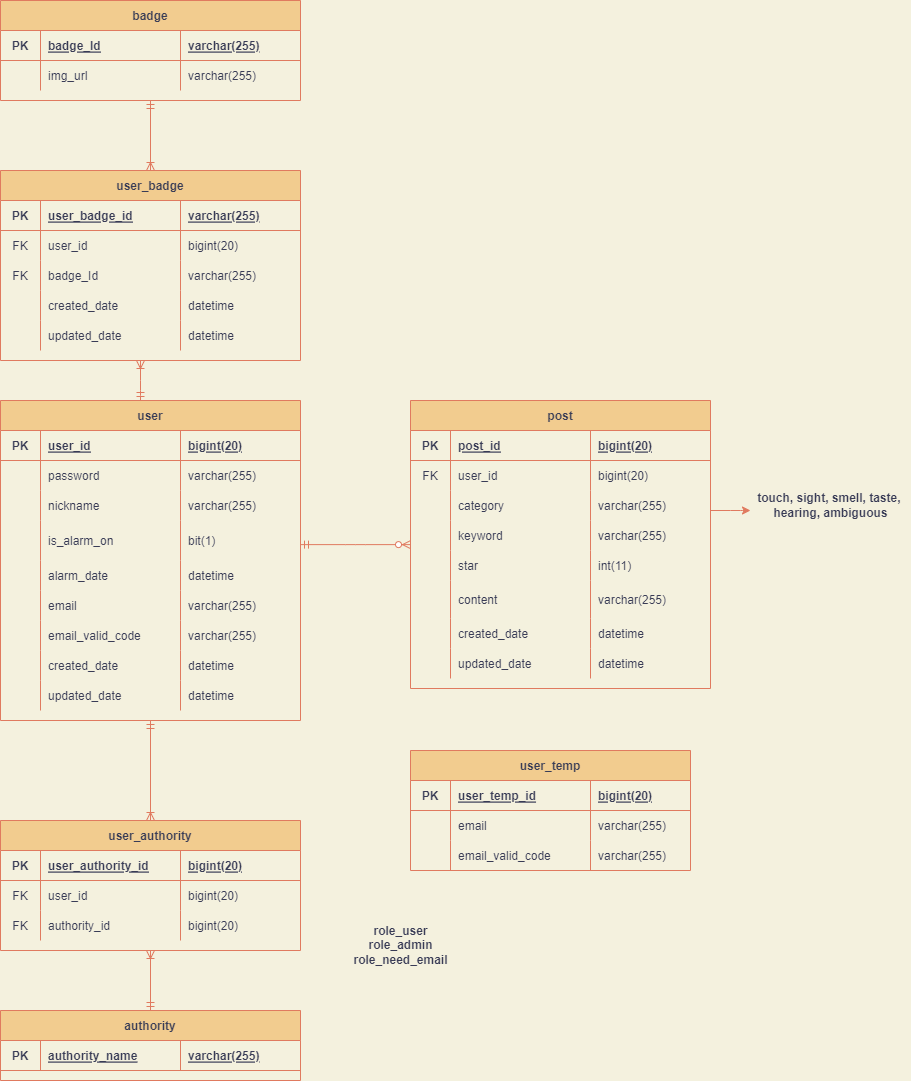
The draw.io diagram five_senses_erd.drawio.png in FiveSensesApp/five-senses-common, before a commit. Source tidied: cells renumbered, new cells last; positions are measured from the earlier drawing's top-left corner, leaving out a move shared by most shapes.
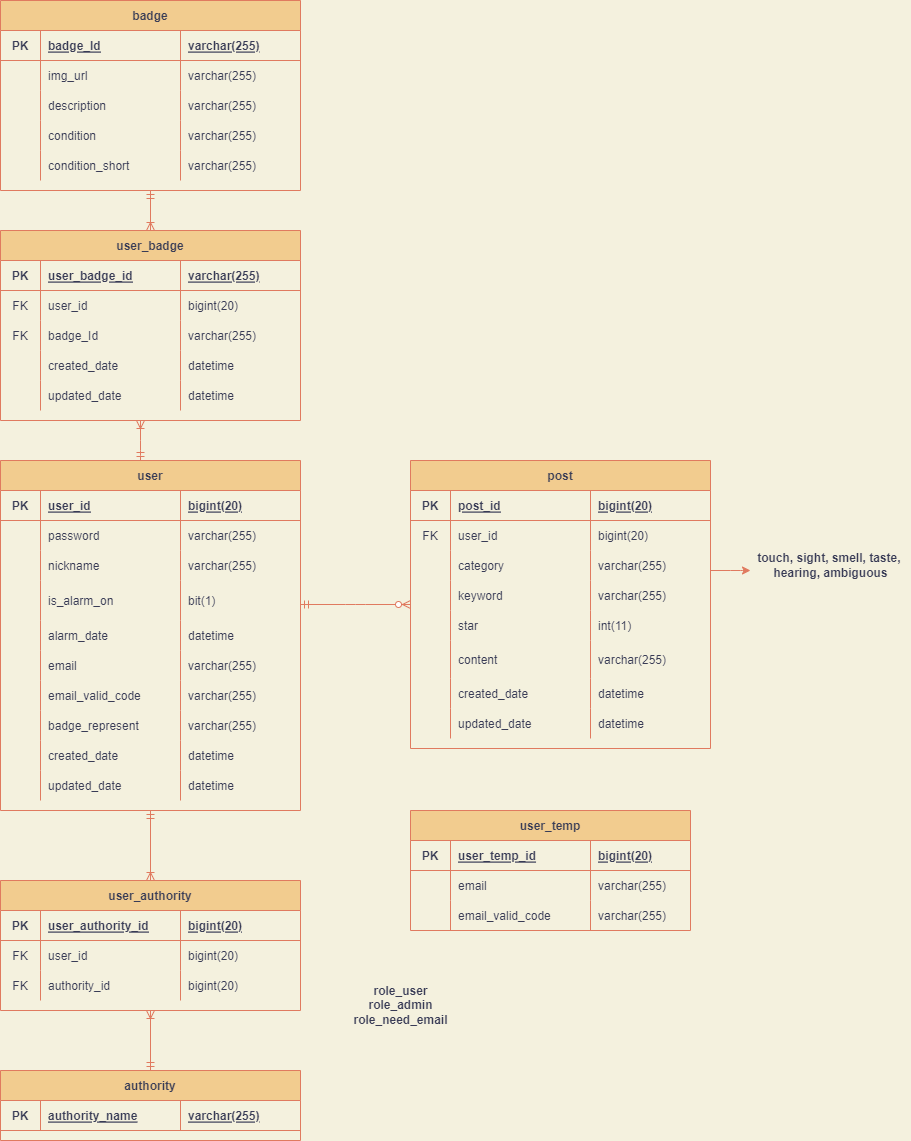
Above is the later version.

What changed in the source:
```diff
@@ -3,7 +3,7 @@
     <mxCell id="0" />
     <mxCell id="1" parent="0" />
     <mxCell id="2" value="user" style="shape=table;startSize=30;rowLines=0;fontStyle=1;align=center;rounded=0;sketch=0;fontColor=#393C56;strokeColor=#E07A5F;fillColor=#F2CC8F;" parent="1" vertex="1">
-      <mxGeometry y="400" width="300" height="320" as="geometry" />
+      <mxGeometry y="400" width="300" height="350" as="geometry" />
     </mxCell>
     <mxCell id="3" style="shape=tableRow;horizontal=0;startSize=0;swimlaneHead=0;swimlaneBody=0;fillColor=none;top=0;left=0;right=0;bottom=1;rounded=0;sketch=0;fontColor=#393C56;strokeColor=#E07A5F;" parent="2" vertex="1">
       <mxGeometry y="30" width="300" height="30" as="geometry" />
@@ -89,8 +89,20 @@
     <mxCell id="30" value="varchar(255)" style="shape=partialRectangle;fillColor=none;top=0;left=0;bottom=0;right=0;align=left;spacingLeft=6;overflow=hidden;rounded=0;sketch=0;fontColor=#393C56;strokeColor=#E07A5F;" parent="27" vertex="1">
       <mxGeometry x="180" width="120" height="30" as="geometry" />
     </mxCell>
+    <mxCell id="141" style="shape=tableRow;horizontal=0;startSize=0;swimlaneHead=0;swimlaneBody=0;fillColor=none;top=0;left=0;right=0;bottom=0;rounded=0;sketch=0;fontColor=#393C56;strokeColor=#E07A5F;" parent="2" vertex="1">
+      <mxGeometry y="250" width="300" height="30" as="geometry" />
+    </mxCell>
+    <mxCell id="142" style="shape=partialRectangle;fillColor=none;top=0;left=0;bottom=0;right=0;overflow=hidden;rounded=0;sketch=0;fontColor=#393C56;strokeColor=#E07A5F;" parent="141" vertex="1">
+      <mxGeometry width="40" height="30" as="geometry" />
+    </mxCell>
+    <mxCell id="143" value="badge_represent" style="shape=partialRectangle;fillColor=none;top=0;left=0;bottom=0;right=0;align=left;spacingLeft=6;overflow=hidden;rounded=0;sketch=0;fontColor=#393C56;strokeColor=#E07A5F;" parent="141" vertex="1">
+      <mxGeometry x="40" width="140" height="30" as="geometry" />
+    </mxCell>
+    <mxCell id="144" value="varchar(255)" style="shape=partialRectangle;fillColor=none;top=0;left=0;bottom=0;right=0;align=left;spacingLeft=6;overflow=hidden;rounded=0;sketch=0;fontColor=#393C56;strokeColor=#E07A5F;" parent="141" vertex="1">
+      <mxGeometry x="180" width="120" height="30" as="geometry" />
+    </mxCell>
     <mxCell id="31" style="shape=tableRow;horizontal=0;startSize=0;swimlaneHead=0;swimlaneBody=0;fillColor=none;top=0;left=0;right=0;bottom=0;rounded=0;sketch=0;fontColor=#393C56;strokeColor=#E07A5F;" parent="2" vertex="1">
-      <mxGeometry y="250" width="300" height="30" as="geometry" />
+      <mxGeometry y="280" width="300" height="30" as="geometry" />
     </mxCell>
     <mxCell id="32" style="shape=partialRectangle;fillColor=none;top=0;left=0;bottom=0;right=0;overflow=hidden;rounded=0;sketch=0;fontColor=#393C56;strokeColor=#E07A5F;" parent="31" vertex="1">
       <mxGeometry width="40" height="30" as="geometry" />
@@ -102,7 +114,7 @@
       <mxGeometry x="180" width="120" height="30" as="geometry" />
     </mxCell>
     <mxCell id="35" style="shape=tableRow;horizontal=0;startSize=0;swimlaneHead=0;swimlaneBody=0;fillColor=none;top=0;left=0;right=0;bottom=0;rounded=0;sketch=0;fontColor=#393C56;strokeColor=#E07A5F;" parent="2" vertex="1">
-      <mxGeometry y="280" width="300" height="30" as="geometry" />
+      <mxGeometry y="310" width="300" height="30" as="geometry" />
     </mxCell>
     <mxCell id="36" style="shape=partialRectangle;fillColor=none;top=0;left=0;bottom=0;right=0;overflow=hidden;rounded=0;sketch=0;fontColor=#393C56;strokeColor=#E07A5F;" parent="35" vertex="1">
       <mxGeometry width="40" height="30" as="geometry" />
@@ -341,7 +353,7 @@
       <mxGeometry x="180" width="100" height="30" as="geometry" />
     </mxCell>
     <mxCell id="109" value="badge" style="shape=table;startSize=30;rowLines=0;fontStyle=1;align=center;rounded=0;sketch=0;fontColor=#393C56;strokeColor=#E07A5F;fillColor=#F2CC8F;" parent="1" vertex="1">
-      <mxGeometry width="300" height="100" as="geometry" />
+      <mxGeometry y="-60" width="300" height="190" as="geometry" />
     </mxCell>
     <mxCell id="110" style="shape=tableRow;horizontal=0;startSize=0;swimlaneHead=0;swimlaneBody=0;fillColor=none;top=0;left=0;right=0;bottom=1;rounded=0;sketch=0;fontColor=#393C56;strokeColor=#E07A5F;" parent="109" vertex="1">
       <mxGeometry y="30" width="300" height="30" as="geometry" />
@@ -367,6 +379,42 @@
     <mxCell id="117" value="varchar(255)" style="shape=partialRectangle;fillColor=none;top=0;left=0;bottom=0;right=0;align=left;spacingLeft=6;overflow=hidden;rounded=0;sketch=0;fontColor=#393C56;strokeColor=#E07A5F;" parent="114" vertex="1">
       <mxGeometry x="180" width="120" height="30" as="geometry" />
     </mxCell>
+    <mxCell id="145" style="shape=tableRow;horizontal=0;startSize=0;swimlaneHead=0;swimlaneBody=0;fillColor=none;top=0;left=0;right=0;bottom=0;rounded=0;sketch=0;fontColor=#393C56;strokeColor=#E07A5F;" parent="109" vertex="1">
+      <mxGeometry y="90" width="300" height="30" as="geometry" />
+    </mxCell>
+    <mxCell id="146" style="shape=partialRectangle;fillColor=none;top=0;left=0;bottom=0;right=0;overflow=hidden;rounded=0;sketch=0;fontColor=#393C56;strokeColor=#E07A5F;" parent="145" vertex="1">
+      <mxGeometry width="40" height="30" as="geometry" />
+    </mxCell>
+    <mxCell id="147" value="description" style="shape=partialRectangle;fillColor=none;top=0;left=0;bottom=0;right=0;align=left;spacingLeft=6;overflow=hidden;rounded=0;sketch=0;fontColor=#393C56;strokeColor=#E07A5F;" parent="145" vertex="1">
+      <mxGeometry x="40" width="140" height="30" as="geometry" />
+    </mxCell>
+    <mxCell id="148" value="varchar(255)" style="shape=partialRectangle;fillColor=none;top=0;left=0;bottom=0;right=0;align=left;spacingLeft=6;overflow=hidden;rounded=0;sketch=0;fontColor=#393C56;strokeColor=#E07A5F;" parent="145" vertex="1">
+      <mxGeometry x="180" width="120" height="30" as="geometry" />
+    </mxCell>
+    <mxCell id="149" style="shape=tableRow;horizontal=0;startSize=0;swimlaneHead=0;swimlaneBody=0;fillColor=none;top=0;left=0;right=0;bottom=0;rounded=0;sketch=0;fontColor=#393C56;strokeColor=#E07A5F;" parent="109" vertex="1">
+      <mxGeometry y="120" width="300" height="30" as="geometry" />
+    </mxCell>
+    <mxCell id="150" style="shape=partialRectangle;fillColor=none;top=0;left=0;bottom=0;right=0;overflow=hidden;rounded=0;sketch=0;fontColor=#393C56;strokeColor=#E07A5F;" parent="149" vertex="1">
+      <mxGeometry width="40" height="30" as="geometry" />
+    </mxCell>
+    <mxCell id="151" value="condition" style="shape=partialRectangle;fillColor=none;top=0;left=0;bottom=0;right=0;align=left;spacingLeft=6;overflow=hidden;rounded=0;sketch=0;fontColor=#393C56;strokeColor=#E07A5F;" parent="149" vertex="1">
+      <mxGeometry x="40" width="140" height="30" as="geometry" />
+    </mxCell>
+    <mxCell id="152" value="varchar(255)" style="shape=partialRectangle;fillColor=none;top=0;left=0;bottom=0;right=0;align=left;spacingLeft=6;overflow=hidden;rounded=0;sketch=0;fontColor=#393C56;strokeColor=#E07A5F;" parent="149" vertex="1">
+      <mxGeometry x="180" width="120" height="30" as="geometry" />
+    </mxCell>
+    <mxCell id="153" style="shape=tableRow;horizontal=0;startSize=0;swimlaneHead=0;swimlaneBody=0;fillColor=none;top=0;left=0;right=0;bottom=0;rounded=0;sketch=0;fontColor=#393C56;strokeColor=#E07A5F;" parent="109" vertex="1">
+      <mxGeometry y="150" width="300" height="30" as="geometry" />
+    </mxCell>
+    <mxCell id="154" style="shape=partialRectangle;fillColor=none;top=0;left=0;bottom=0;right=0;overflow=hidden;rounded=0;sketch=0;fontColor=#393C56;strokeColor=#E07A5F;" parent="153" vertex="1">
+      <mxGeometry width="40" height="30" as="geometry" />
+    </mxCell>
+    <mxCell id="155" value="condition_short" style="shape=partialRectangle;fillColor=none;top=0;left=0;bottom=0;right=0;align=left;spacingLeft=6;overflow=hidden;rounded=0;sketch=0;fontColor=#393C56;strokeColor=#E07A5F;" parent="153" vertex="1">
+      <mxGeometry x="40" width="140" height="30" as="geometry" />
+    </mxCell>
+    <mxCell id="156" value="varchar(255)" style="shape=partialRectangle;fillColor=none;top=0;left=0;bottom=0;right=0;align=left;spacingLeft=6;overflow=hidden;rounded=0;sketch=0;fontColor=#393C56;strokeColor=#E07A5F;" parent="153" vertex="1">
+      <mxGeometry x="180" width="120" height="30" as="geometry" />
+    </mxCell>
     <mxCell id="118" value="user_badge" style="shape=table;startSize=30;rowLines=0;fontStyle=1;align=center;rounded=0;sketch=0;fontColor=#393C56;strokeColor=#E07A5F;fillColor=#F2CC8F;" parent="1" vertex="1">
       <mxGeometry y="170" width="300" height="190" as="geometry" />
     </mxCell>
```
